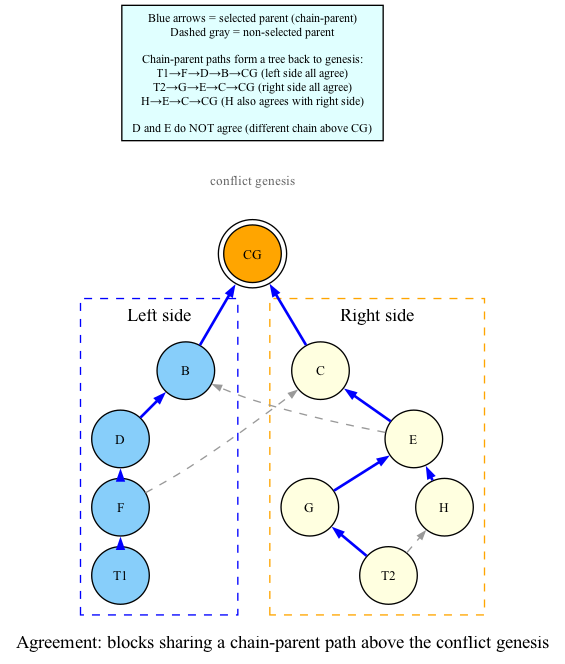
This is png/03-agreement.png from coderofstuff/dk-wiki, a Graphviz export, as it was before one commit. Its source is kept beside it as dot/03-agreement.dot.
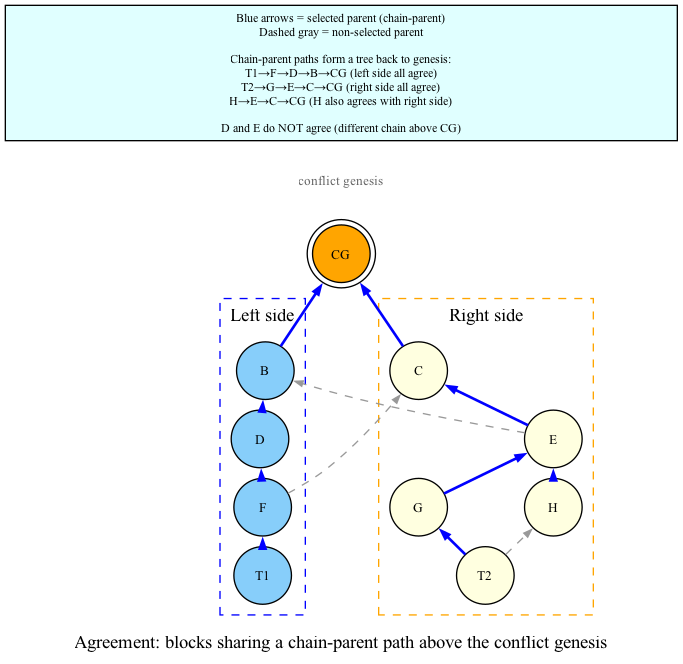
After the commit.

Diff of the diagram source:
```diff
@@ -18,7 +18,6 @@
         D [label="D", fillcolor=lightskyblue];
         F [label="F", fillcolor=lightskyblue];
         T1 [label="T1", fillcolor=lightskyblue];
-        L_PAD [shape=point, width=0, style=invis];
     }
 
     subgraph cluster_right {
@@ -35,7 +34,7 @@
 
     CG_lbl [label="conflict genesis", shape=plaintext, style=filled, fillcolor=none, fontsize=10, fontcolor=gray40, width=0];
 
-    NOTE [label="Blue arrows = selected parent (chain-parent)\nDashed gray = non-selected parent\n\nChain-parent paths form a tree back to genesis:\nT1→F→D→B→CG (left side all agree)\nT2→G→E→C→CG (right side all agree)\nH→E→C→CG (H also agrees with right side)\n\nD and E do NOT agree (different chain above CG)", shape=box, style=filled, fillcolor=lightcyan, fontsize=9];
+    NOTE [label="Blue arrows = selected parent (chain-parent)\nDashed gray = non-selected parent\n\nChain-parent paths form a tree back to genesis:\nT1→F→D→B→CG (left side all agree)\nT2→G→E→C→CG (right side all agree)\nH→E→C→CG (H also agrees with right side)\n\nD and E do NOT agree (different chain above CG)", shape=box, style=filled, fillcolor=lightcyan, fontsize=9, width=7];
 
     D -> B [color=blue, penwidth=2.0];
     F -> D [color=blue, penwidth=2.0];
```
